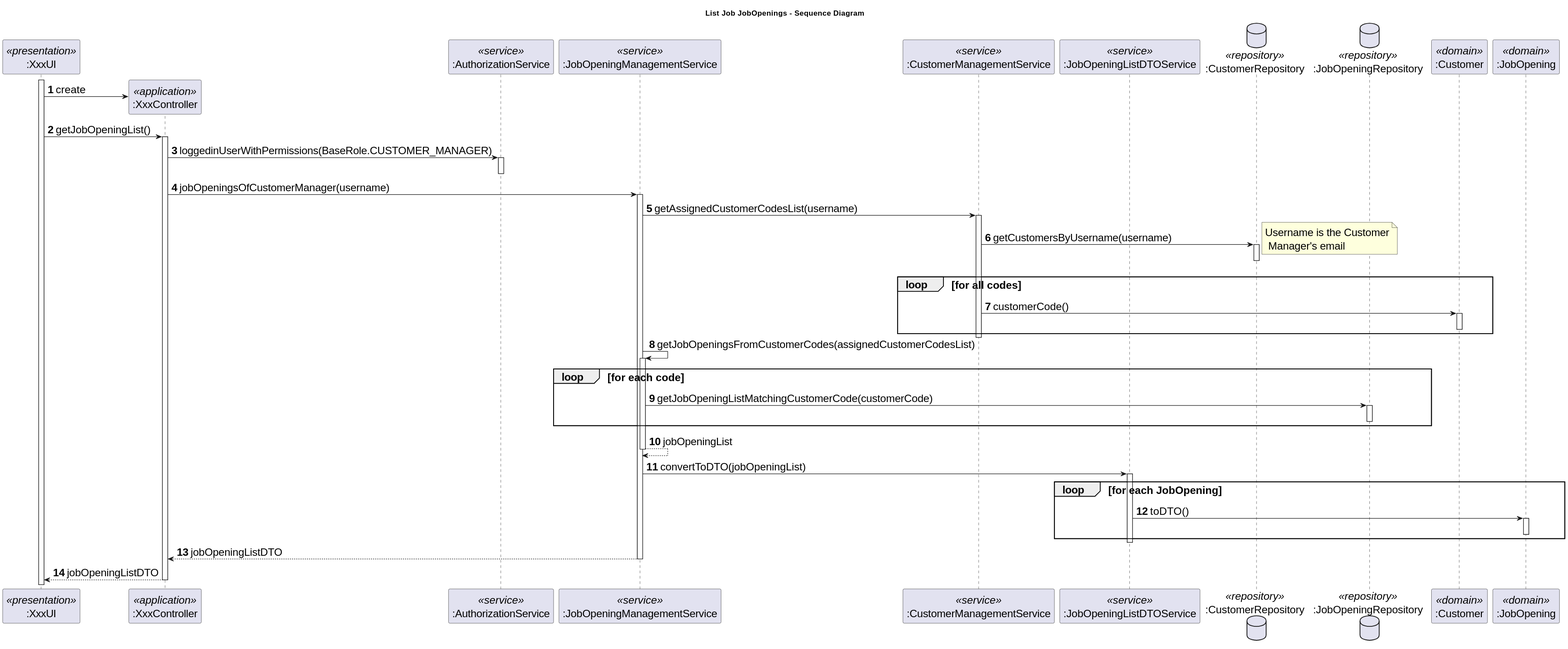
Above: docs/team-decisions/shared-sequence-diagram/sequence-diagram-get-job-openings.svg in rita-barbosa/LAPR4-2324 (PlantUML), before the change. Source of this version:
```plantuml
@startuml
skinparamlocked defaultFontSize 20

title List Job JobOpenings - Sequence Diagram

autonumber

participant ":XxxUI" as UI <<presentation>>
participant ":XxxController" as CTRL <<application>>
participant ":AuthorizationService" as AUTHZ <<service>>
participant ":JobOpeningManagementService" as JOMS <<service>>
participant ":CustomerManagementService" as CMS <<service>>
participant ":JobOpeningListDTOService" as JOS_DTO <<service>>
database ":CustomerRepository" as CM_REPO <<repository>>
database ":JobOpeningRepository" as JO_REPO <<repository>>
participant ":Customer" as CM <<domain>>
participant ":JobOpening" as JO <<domain>>


activate UI

UI -> CTRL**: create

UI -> CTRL : getJobOpeningList()
activate CTRL

    CTRL -> AUTHZ : loggedinUserWithPermissions(BaseRole.CUSTOMER_MANAGER)
    activate AUTHZ
    deactivate AUTHZ

    CTRL -> JOMS: jobOpeningsOfCustomerManager(username)
    activate JOMS


    JOMS -> CMS : getAssignedCustomerCodesList(username)
    activate CMS

        CMS -> CM_REPO : getCustomersByUsername(username)
        note right: Username is the Customer\n Manager's email
        activate CM_REPO
        deactivate CM_REPO

        loop for all codes
            CMS -> CM : customerCode()
            activate CM
            deactivate CM
        end loop

    deactivate CMS

    JOMS -> JOMS : getJobOpeningsFromCustomerCodes(assignedCustomerCodesList)
    activate JOMS
        loop for each code
        JOMS -> JO_REPO : getJobOpeningListMatchingCustomerCode(customerCode)
        activate JO_REPO
        deactivate JO_REPO
        end loop
    JOMS --> JOMS: jobOpeningList
    deactivate JOMS

JOMS -> JOS_DTO : convertToDTO(jobOpeningList)
activate JOS_DTO

    loop for each JobOpening
        JOS_DTO -> JO : toDTO()
        activate JO
        deactivate JO
    end loop
deactivate JOS_DTO

JOMS --> CTRL : jobOpeningListDTO
deactivate JOMS

CTRL --> UI: jobOpeningListDTO
deactivate CTRL
@enduml
```
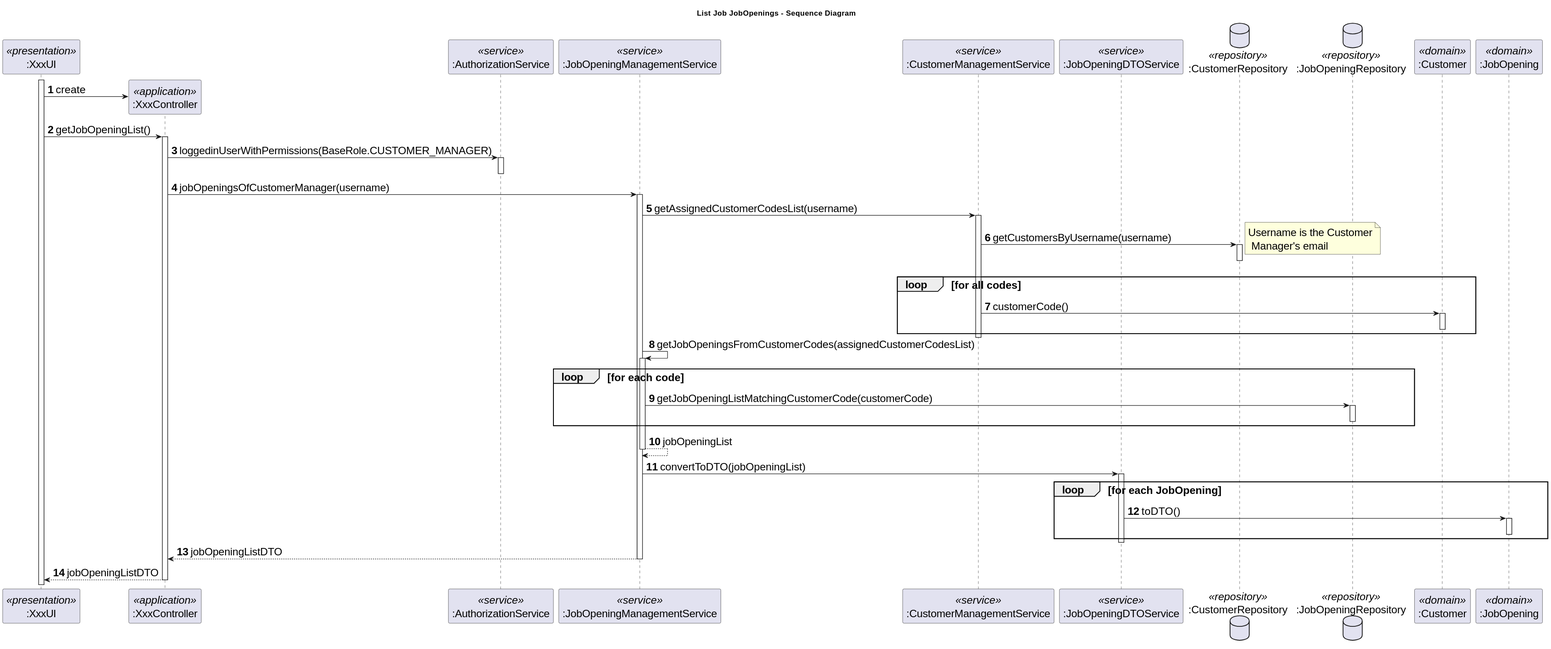
The same diagram one commit later.

Commit message:
docs: adds sequence diagram of us1004; updates sequence-diagram-get-job-openings. [#162]

Change to the diagram source:
```diff
@@ -10,7 +10,7 @@
 participant ":AuthorizationService" as AUTHZ <<service>>
 participant ":JobOpeningManagementService" as JOMS <<service>>
 participant ":CustomerManagementService" as CMS <<service>>
-participant ":JobOpeningListDTOService" as JOS_DTO <<service>>
+participant ":JobOpeningDTOService" as JOS_DTO <<service>>
 database ":CustomerRepository" as CM_REPO <<repository>>
 database ":JobOpeningRepository" as JO_REPO <<repository>>
 participant ":Customer" as CM <<domain>>
```
